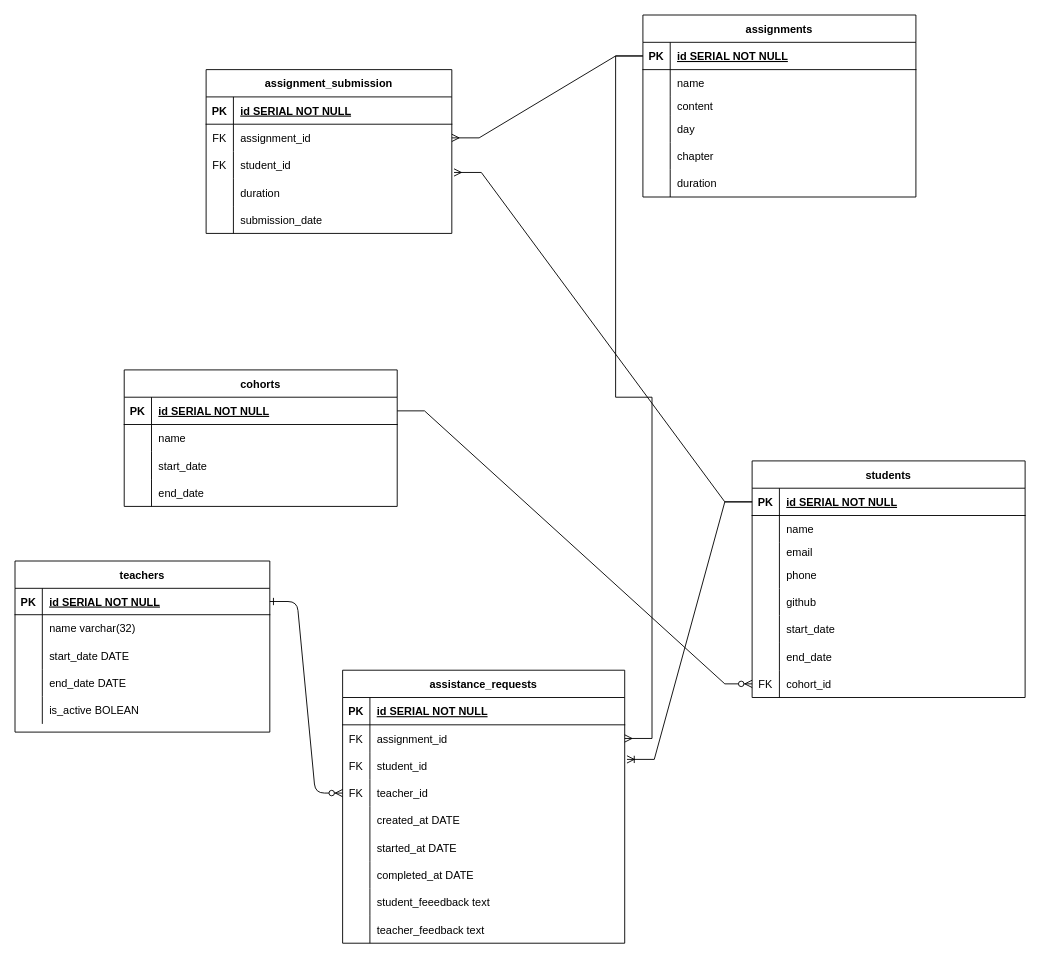
The draw.io diagram ERD/Untitled Diagram.drawio in m-khalaf/BootcampX, before the edit. Source tidied: cells renumbered, new cells numbered last; positions are measured from the earlier drawing's top-left corner, leaving out a move shared by most shapes. Both pictures are drawn from the tidied source at 91%, with x=0, y=0 at pixel (15, 15).
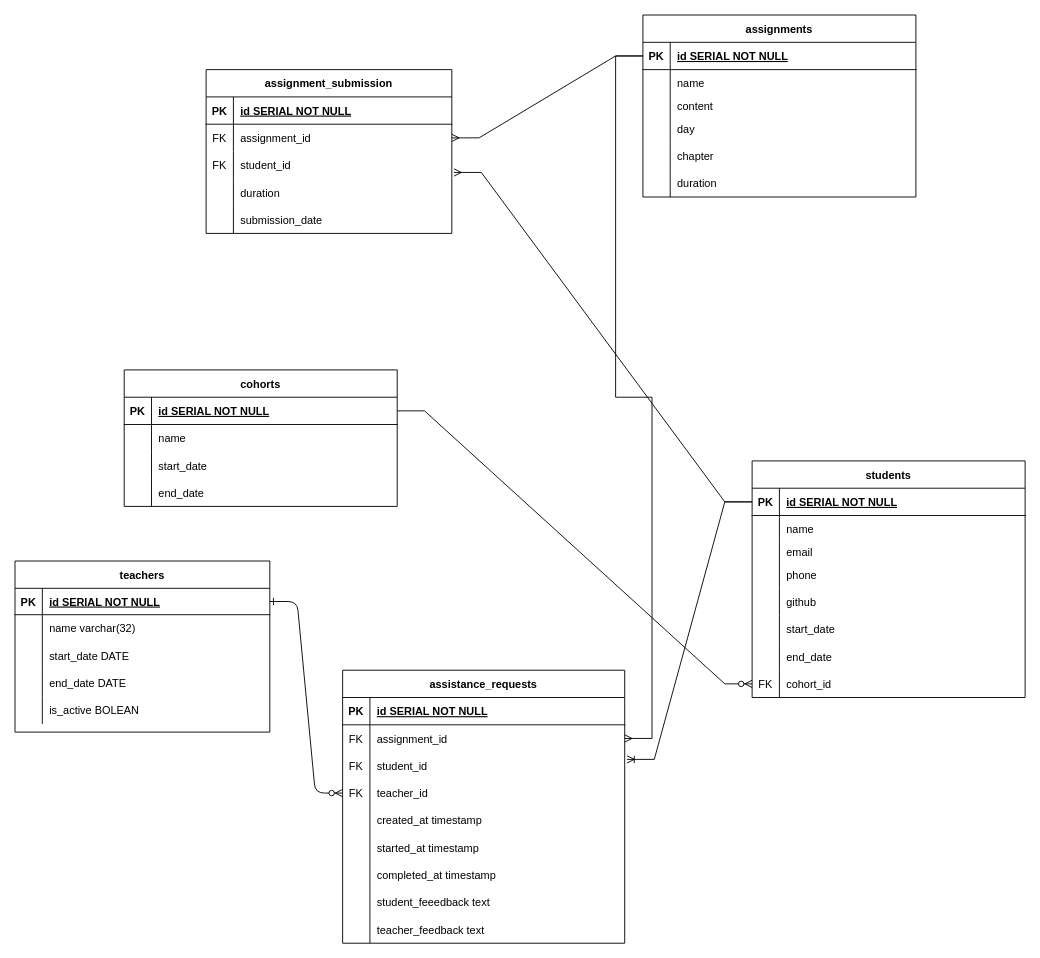
Above is the later version.

The change refers to these unchanged cells:
```xml
<mxCell id="16" style="shape=partialRectangle;fillColor=none;top=0;left=0;right=0;bottom=0;" parent="3" vertex="1">
  <mxGeometry y="150" width="310" height="30" as="geometry" />
</mxCell>
<mxCell id="19" style="shape=partialRectangle;fillColor=none;top=0;left=0;right=0;bottom=0;" parent="3" vertex="1">
  <mxGeometry y="180" width="310" height="30" as="geometry" />
</mxCell>
<mxCell id="22" style="shape=partialRectangle;fillColor=none;top=0;left=0;right=0;bottom=0;" parent="3" vertex="1">
  <mxGeometry y="210" width="310" height="30" as="geometry" />
</mxCell>
```

Change to the diagram source:
```diff
@@
-    <mxCell id="18" value="created_at DATE" style="shape=partialRectangle;overflow=hidden;fillColor=none;top=0;left=0;bottom=0;right=0;align=left;spacingLeft=6;" parent="16" vertex="1">
+    <mxCell id="18" value="created_at timestamp" style="shape=partialRectangle;overflow=hidden;fillColor=none;top=0;left=0;bottom=0;right=0;align=left;spacingLeft=6;" parent="16" vertex="1">
       <mxGeometry x="30" width="280" height="30" as="geometry" />
     </mxCell>
@@
-    <mxCell id="21" value="started_at DATE" style="shape=partialRectangle;overflow=hidden;fillColor=none;top=0;left=0;bottom=0;right=0;align=left;spacingLeft=6;" parent="19" vertex="1">
+    <mxCell id="21" value="started_at timestamp" style="shape=partialRectangle;overflow=hidden;fillColor=none;top=0;left=0;bottom=0;right=0;align=left;spacingLeft=6;" parent="19" vertex="1">
       <mxGeometry x="30" width="280" height="30" as="geometry" />
     </mxCell>
@@
-    <mxCell id="24" value="completed_at DATE" style="shape=partialRectangle;overflow=hidden;fillColor=none;top=0;left=0;bottom=0;right=0;align=left;spacingLeft=6;" parent="22" vertex="1">
+    <mxCell id="24" value="completed_at timestamp" style="shape=partialRectangle;overflow=hidden;fillColor=none;top=0;left=0;bottom=0;right=0;align=left;spacingLeft=6;" parent="22" vertex="1">
       <mxGeometry x="30" width="280" height="30" as="geometry" />
     </mxCell>
```
